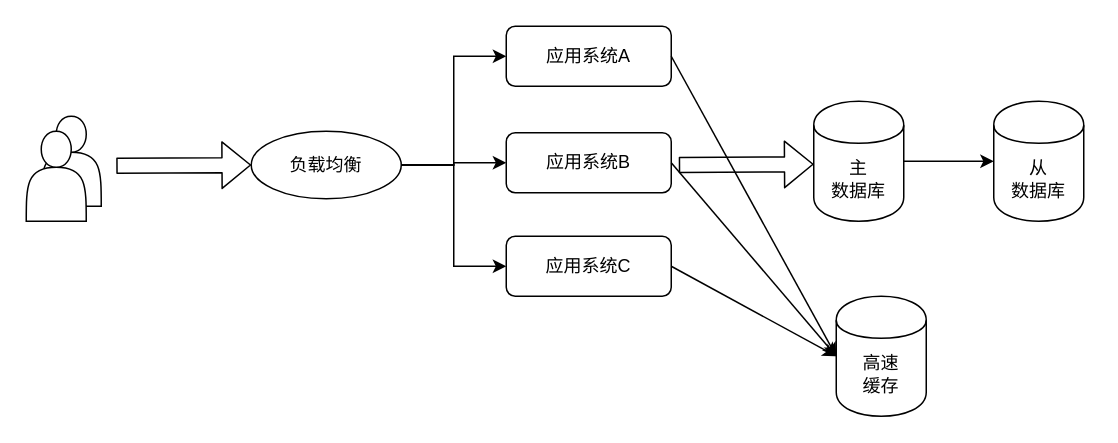
Above: page "传统架构" (1 of 2) of 未命名表单.drawio in hebzhjg/ntl2020 (draw.io), before the change. Source tidied: cells renumbered, new cells numbered last; positions are measured from the earlier drawing's top-left corner, leaving out a move shared by most shapes. Both pictures are drawn from the tidied source at 150%, with x=0, y=0 at pixel (26, 26).
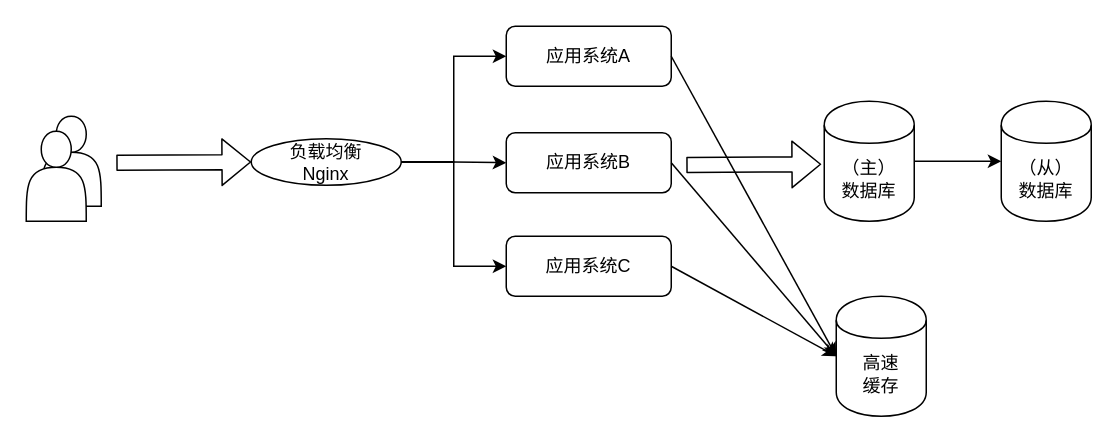
The same page after the edit.

Commit message:
添加了微服务架构

Diff of the diagram source:
```diff
@@
-    <mxCell id="5" value="负载均衡" style="ellipse;whiteSpace=wrap;html=1;" parent="1" vertex="1">
-      <mxGeometry x="150" y="70" width="100" height="45" as="geometry" />
+    <mxCell id="5" value="负载均衡&lt;br&gt;Nginx" style="ellipse;whiteSpace=wrap;html=1;" parent="1" vertex="1">
+      <mxGeometry x="150" y="75" width="100" height="31" as="geometry" />
     </mxCell>
     <mxCell id="6" style="shape=flexArrow;endArrow=classic;html=1;entryX=0;entryY=0.5;entryDx=0;entryDy=0;" parent="1" edge="1" target="5">
       <mxGeometry relative="1" as="geometry">
-        <mxPoint x="60" y="93" as="sourcePoint" />
+        <mxPoint x="60" y="91" as="sourcePoint" />
       </mxGeometry>
     </mxCell>
@@
-    <mxCell id="11" value="主&lt;br&gt;数据库" style="shape=cylinder;whiteSpace=wrap;html=1;boundedLbl=1;backgroundOutline=1;" parent="1" vertex="1">
-      <mxGeometry x="525" y="50" width="60" height="80" as="geometry" />
+    <mxCell id="11" value="（主）&lt;br&gt;数据库" style="shape=cylinder;whiteSpace=wrap;html=1;boundedLbl=1;backgroundOutline=1;" parent="1" vertex="1">
+      <mxGeometry x="532" y="50" width="60" height="80" as="geometry" />
     </mxCell>
-    <mxCell id="12" value="从&lt;br&gt;数据库" style="shape=cylinder;whiteSpace=wrap;html=1;boundedLbl=1;backgroundOutline=1;" parent="1" vertex="1">
-      <mxGeometry x="645" y="50" width="60" height="80" as="geometry" />
+    <mxCell id="12" value="（从）&lt;br&gt;数据库" style="shape=cylinder;whiteSpace=wrap;html=1;boundedLbl=1;backgroundOutline=1;" parent="1" vertex="1">
+      <mxGeometry x="650" y="50" width="60" height="80" as="geometry" />
     </mxCell>
@@
     <mxCell id="16" style="shape=flexArrow;endArrow=classic;html=1;entryX=0;entryY=0.5;entryDx=0;entryDy=0;" parent="1" edge="1">
       <mxGeometry relative="1" as="geometry">
-        <mxPoint x="435" y="92.5" as="sourcePoint" />
-        <mxPoint x="525" y="92" as="targetPoint" />
+        <mxPoint x="440" y="92.5" as="sourcePoint" />
+        <mxPoint x="530" y="92" as="targetPoint" />
       </mxGeometry>
     </mxCell>
```
